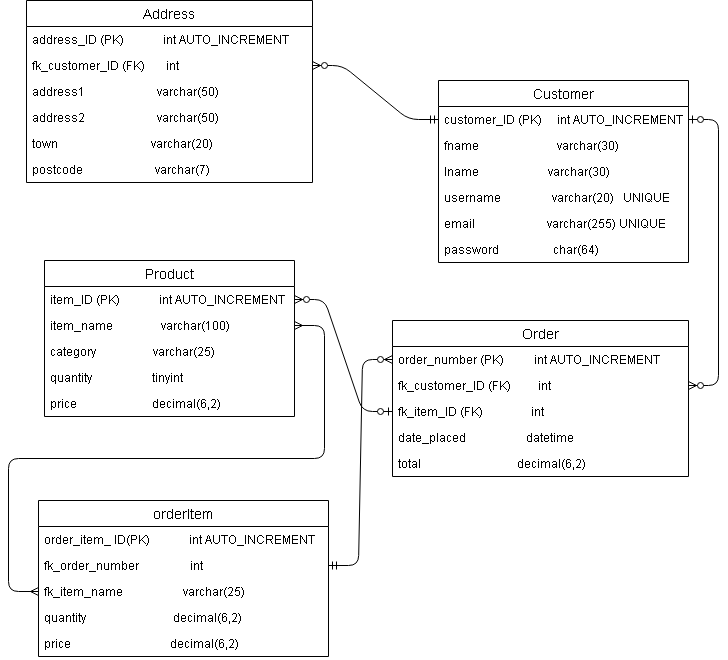
Earlier version of the draw.io export misc/ERD.png (QA-Ashley/Project-CRUD). Source tidied: cells renumbered, new cells last; positions are measured from the earlier drawing's top-left corner, leaving out a move shared by most shapes. Its diagram source:
```xml
<mxGraphModel>
  <root>
    <mxCell id="0" />
    <mxCell id="1" parent="0" />
    <mxCell id="2" value="Customer" style="swimlane;fontStyle=0;horizontal=1;startSize=26;align=center;fontSize=14;" parent="1" vertex="1">
      <mxGeometry x="412" y="80" width="250" height="182" as="geometry" />
    </mxCell>
    <mxCell id="3" value="customer_ID (PK)     int AUTO_INCREMENT" style="text;strokeColor=none;fillColor=none;spacingLeft=4;spacingRight=4;overflow=hidden;points=[[0,0.5],[1,0.5]];portConstraint=eastwest;fontSize=12;" parent="2" vertex="1">
      <mxGeometry y="26" width="250" height="26" as="geometry" />
    </mxCell>
    <mxCell id="4" value="fname&amp;nbsp; &amp;nbsp; &amp;nbsp; &amp;nbsp; &amp;nbsp; &amp;nbsp; &amp;nbsp; &amp;nbsp; &amp;nbsp; &amp;nbsp; &amp;nbsp; &amp;nbsp; &amp;nbsp; varchar(30)" style="text;strokeColor=none;fillColor=none;spacingLeft=4;spacingRight=4;overflow=hidden;fontSize=12;html=1;" parent="2" vertex="1">
      <mxGeometry y="52" width="250" height="26" as="geometry" />
    </mxCell>
    <mxCell id="5" value="lname                       varchar(30)" style="text;strokeColor=none;fillColor=none;spacingLeft=4;spacingRight=4;overflow=hidden;fontSize=12;" parent="2" vertex="1">
      <mxGeometry y="78" width="250" height="26" as="geometry" />
    </mxCell>
    <mxCell id="6" value="username                 varchar(20)   UNIQUE" style="text;strokeColor=none;fillColor=none;spacingLeft=4;spacingRight=4;overflow=hidden;fontSize=12;" parent="2" vertex="1">
      <mxGeometry y="104" width="250" height="26" as="geometry" />
    </mxCell>
    <mxCell id="7" value="email                        varchar(255) UNIQUE" style="text;strokeColor=none;fillColor=none;spacingLeft=4;spacingRight=4;overflow=hidden;fontSize=12;" parent="2" vertex="1">
      <mxGeometry y="130" width="250" height="26" as="geometry" />
    </mxCell>
    <mxCell id="8" value="password                  char(64)" style="text;strokeColor=none;fillColor=none;spacingLeft=4;spacingRight=4;overflow=hidden;fontSize=12;" parent="2" vertex="1">
      <mxGeometry y="156" width="250" height="26" as="geometry" />
    </mxCell>
    <mxCell id="9" style="edgeStyle=entityRelationEdgeStyle;fontSize=12;html=1;endArrow=ERzeroToMany;startArrow=ERzeroToOne;" parent="1" edge="1" source="3" target="12">
      <mxGeometry relative="1" as="geometry" />
    </mxCell>
    <mxCell id="10" value="Order" style="swimlane;fontStyle=0;horizontal=1;startSize=26;align=center;fontSize=14;" parent="1" vertex="1">
      <mxGeometry x="366" y="320" width="296" height="156" as="geometry" />
    </mxCell>
    <mxCell id="11" value="order_number (PK)          int AUTO_INCREMENT" style="text;strokeColor=none;fillColor=none;spacingLeft=4;spacingRight=4;overflow=hidden;points=[[0,0.5],[1,0.5]];portConstraint=eastwest;fontSize=12;" parent="10" vertex="1">
      <mxGeometry y="26" width="296" height="26" as="geometry" />
    </mxCell>
    <mxCell id="12" value="fk_customer_ID (FK)&amp;nbsp; &amp;nbsp; &amp;nbsp; &amp;nbsp; &amp;nbsp;int" style="text;strokeColor=none;fillColor=none;spacingLeft=4;spacingRight=4;overflow=hidden;points=[[0,0.5],[1,0.5]];portConstraint=eastwest;fontSize=12;html=1;" parent="10" vertex="1">
      <mxGeometry y="52" width="296" height="26" as="geometry" />
    </mxCell>
    <mxCell id="13" value="fk_item_ID (FK)                int" style="text;strokeColor=none;fillColor=none;spacingLeft=4;spacingRight=4;overflow=hidden;points=[[0,0.5],[1,0.5]];portConstraint=eastwest;fontSize=12;" parent="10" vertex="1">
      <mxGeometry y="78" width="296" height="26" as="geometry" />
    </mxCell>
    <mxCell id="14" value="date_placed                    datetime" style="text;strokeColor=none;fillColor=none;spacingLeft=4;spacingRight=4;overflow=hidden;fontSize=12;" parent="10" vertex="1">
      <mxGeometry y="104" width="296" height="26" as="geometry" />
    </mxCell>
    <mxCell id="15" value="total                                decimal(6,2)" style="text;strokeColor=none;fillColor=none;spacingLeft=4;spacingRight=4;overflow=hidden;fontSize=12;" parent="10" vertex="1">
      <mxGeometry y="130" width="296" height="26" as="geometry" />
    </mxCell>
    <mxCell id="16" value="Address" style="swimlane;fontStyle=0;horizontal=1;startSize=26;align=center;fontSize=14;" parent="1" vertex="1">
      <mxGeometry width="286" height="182" as="geometry" />
    </mxCell>
    <mxCell id="17" value="address_ID (PK)             int AUTO_INCREMENT" style="text;strokeColor=none;fillColor=none;spacingLeft=4;spacingRight=4;overflow=hidden;fontSize=12;" parent="16" vertex="1">
      <mxGeometry y="26" width="286" height="26" as="geometry" />
    </mxCell>
    <mxCell id="18" value="fk_customer_ID (FK)&amp;nbsp; &amp;nbsp; &amp;nbsp; &amp;nbsp;int" style="text;strokeColor=none;fillColor=none;spacingLeft=4;spacingRight=4;overflow=hidden;points=[[0,0.5],[1,0.5]];portConstraint=eastwest;fontSize=12;html=1;" parent="16" vertex="1">
      <mxGeometry y="52" width="286" height="26" as="geometry" />
    </mxCell>
    <mxCell id="19" value="address1                        varchar(50)" style="text;strokeColor=none;fillColor=none;spacingLeft=4;spacingRight=4;overflow=hidden;fontSize=12;" parent="16" vertex="1">
      <mxGeometry y="78" width="286" height="26" as="geometry" />
    </mxCell>
    <mxCell id="20" value="address2                        varchar(50)" style="text;strokeColor=none;fillColor=none;spacingLeft=4;spacingRight=4;overflow=hidden;fontSize=12;" parent="16" vertex="1">
      <mxGeometry y="104" width="286" height="26" as="geometry" />
    </mxCell>
    <mxCell id="21" value="town                               varchar(20)" style="text;strokeColor=none;fillColor=none;spacingLeft=4;spacingRight=4;overflow=hidden;fontSize=12;" parent="16" vertex="1">
      <mxGeometry y="130" width="286" height="26" as="geometry" />
    </mxCell>
    <mxCell id="22" value="postcode                        varchar(7)" style="text;strokeColor=none;fillColor=none;spacingLeft=4;spacingRight=4;overflow=hidden;fontSize=12;" parent="16" vertex="1">
      <mxGeometry y="156" width="286" height="26" as="geometry" />
    </mxCell>
    <mxCell id="23" value="Product" style="swimlane;fontStyle=0;horizontal=1;startSize=26;align=center;fontSize=14;" parent="1" vertex="1">
      <mxGeometry x="18" y="260" width="250" height="156" as="geometry" />
    </mxCell>
    <mxCell id="24" value="item_ID (PK)             int AUTO_INCREMENT" style="text;strokeColor=none;fillColor=none;spacingLeft=4;spacingRight=4;overflow=hidden;points=[[0,0.5],[1,0.5]];portConstraint=eastwest;fontSize=12;" parent="23" vertex="1">
      <mxGeometry y="26" width="250" height="26" as="geometry" />
    </mxCell>
    <mxCell id="25" value="item_name&amp;nbsp; &amp;nbsp; &amp;nbsp; &amp;nbsp; &amp;nbsp; &amp;nbsp; &amp;nbsp; &amp;nbsp; varchar(100)" style="text;strokeColor=none;fillColor=none;spacingLeft=4;spacingRight=4;overflow=hidden;points=[[0,0.5],[1,0.5]];portConstraint=eastwest;fontSize=12;html=1;" parent="23" vertex="1">
      <mxGeometry y="52" width="250" height="26" as="geometry" />
    </mxCell>
    <mxCell id="26" value="category                   varchar(25)" style="text;strokeColor=none;fillColor=none;spacingLeft=4;spacingRight=4;overflow=hidden;fontSize=12;" parent="23" vertex="1">
      <mxGeometry y="78" width="250" height="26" as="geometry" />
    </mxCell>
    <mxCell id="27" value="quantity                    tinyint" style="text;strokeColor=none;fillColor=none;spacingLeft=4;spacingRight=4;overflow=hidden;fontSize=12;" parent="23" vertex="1">
      <mxGeometry y="104" width="250" height="26" as="geometry" />
    </mxCell>
    <mxCell id="28" value="price                         decimal(6,2)" style="text;strokeColor=none;fillColor=none;spacingLeft=4;spacingRight=4;overflow=hidden;fontSize=12;" parent="23" vertex="1">
      <mxGeometry y="130" width="250" height="26" as="geometry" />
    </mxCell>
    <mxCell id="29" style="edgeStyle=entityRelationEdgeStyle;fontSize=12;html=1;endArrow=ERzeroToMany;startArrow=ERmandOne;" parent="1" edge="1" source="3" target="18">
      <mxGeometry relative="1" as="geometry" />
    </mxCell>
    <mxCell id="30" style="edgeStyle=entityRelationEdgeStyle;fontSize=12;html=1;endArrow=ERzeroToMany;startArrow=ERzeroToOne;" parent="1" edge="1" source="13" target="24">
      <mxGeometry relative="1" as="geometry" />
    </mxCell>
    <mxCell id="31" style="edgeStyle=entityRelationEdgeStyle;fontSize=12;html=1;endArrow=ERzeroToMany;startArrow=ERmandOne;entryX=0;entryY=0.5;entryDx=0;entryDy=0;" parent="1" edge="1" source="34" target="11">
      <mxGeometry relative="1" as="geometry" />
    </mxCell>
    <mxCell id="32" value="orderItem" style="swimlane;fontStyle=0;horizontal=1;startSize=26;align=center;fontSize=14;" parent="1" vertex="1">
      <mxGeometry x="12" y="500" width="290" height="156" as="geometry" />
    </mxCell>
    <mxCell id="33" value="order_item_ ID(PK)             int AUTO_INCREMENT" style="text;strokeColor=none;fillColor=none;spacingLeft=4;spacingRight=4;overflow=hidden;fontSize=12;" parent="32" vertex="1">
      <mxGeometry y="26" width="290" height="26" as="geometry" />
    </mxCell>
    <mxCell id="34" value="fk_order_number&amp;nbsp; &amp;nbsp; &amp;nbsp; &amp;nbsp; &amp;nbsp; &amp;nbsp; &amp;nbsp; &amp;nbsp; &amp;nbsp;int" style="text;strokeColor=none;fillColor=none;spacingLeft=4;spacingRight=4;overflow=hidden;points=[[0,0.5],[1,0.5]];portConstraint=eastwest;fontSize=12;html=1;" parent="32" vertex="1">
      <mxGeometry y="52" width="290" height="26" as="geometry" />
    </mxCell>
    <mxCell id="35" value="fk_item_name                    varchar(25)" style="text;strokeColor=none;fillColor=none;spacingLeft=4;spacingRight=4;overflow=hidden;points=[[0,0.5],[1,0.5]];portConstraint=eastwest;fontSize=12;" parent="32" vertex="1">
      <mxGeometry y="78" width="290" height="26" as="geometry" />
    </mxCell>
    <mxCell id="36" value="quantity                             decimal(6,2)" style="text;strokeColor=none;fillColor=none;spacingLeft=4;spacingRight=4;overflow=hidden;fontSize=12;" parent="32" vertex="1">
      <mxGeometry y="104" width="290" height="26" as="geometry" />
    </mxCell>
    <mxCell id="37" value="price                                 decimal(6,2)" style="text;strokeColor=none;fillColor=none;spacingLeft=4;spacingRight=4;overflow=hidden;fontSize=12;" parent="32" vertex="1">
      <mxGeometry y="130" width="290" height="26" as="geometry" />
    </mxCell>
    <mxCell id="38" style="edgeStyle=entityRelationEdgeStyle;fontSize=12;html=1;endArrow=ERmany;startArrow=ERmany;entryX=0;entryY=0.5;entryDx=0;entryDy=0;exitX=1;exitY=0.5;exitDx=0;exitDy=0;" parent="1" edge="1" source="25" target="35">
      <mxGeometry relative="1" as="geometry" />
    </mxCell>
  </root>
</mxGraphModel>
```
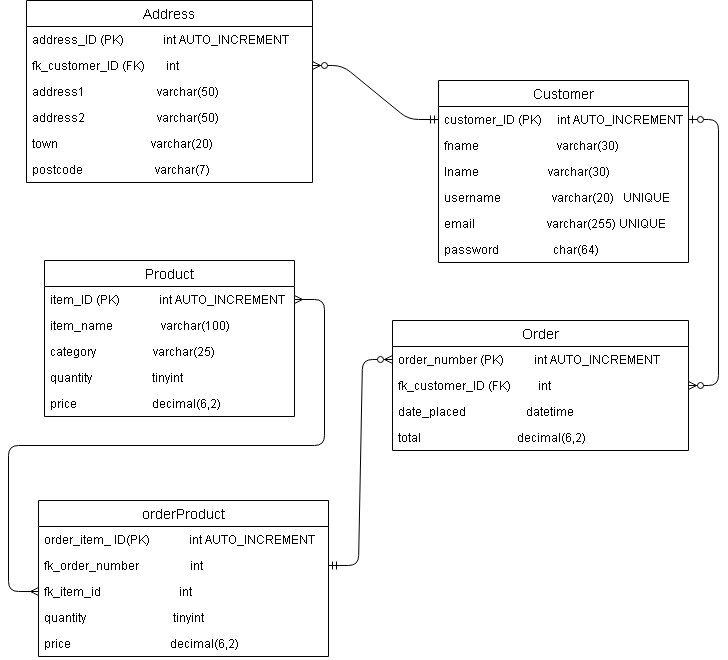
Later version of the same file.

Commit message:
Removed order relationship with product table

What changed in the source:
```diff
@@ -27,7 +27,7 @@
       <mxGeometry relative="1" as="geometry" />
     </mxCell>
     <mxCell id="10" value="Order" style="swimlane;fontStyle=0;horizontal=1;startSize=26;align=center;fontSize=14;" parent="1" vertex="1">
-      <mxGeometry x="366" y="320" width="296" height="156" as="geometry" />
+      <mxGeometry x="366" y="320" width="296" height="130" as="geometry" />
     </mxCell>
     <mxCell id="11" value="order_number (PK)          int AUTO_INCREMENT" style="text;strokeColor=none;fillColor=none;spacingLeft=4;spacingRight=4;overflow=hidden;points=[[0,0.5],[1,0.5]];portConstraint=eastwest;fontSize=12;" parent="10" vertex="1">
       <mxGeometry y="26" width="296" height="26" as="geometry" />
@@ -35,14 +35,11 @@
     <mxCell id="12" value="fk_customer_ID (FK)&amp;nbsp; &amp;nbsp; &amp;nbsp; &amp;nbsp; &amp;nbsp;int" style="text;strokeColor=none;fillColor=none;spacingLeft=4;spacingRight=4;overflow=hidden;points=[[0,0.5],[1,0.5]];portConstraint=eastwest;fontSize=12;html=1;" parent="10" vertex="1">
       <mxGeometry y="52" width="296" height="26" as="geometry" />
     </mxCell>
-    <mxCell id="13" value="fk_item_ID (FK)                int" style="text;strokeColor=none;fillColor=none;spacingLeft=4;spacingRight=4;overflow=hidden;points=[[0,0.5],[1,0.5]];portConstraint=eastwest;fontSize=12;" parent="10" vertex="1">
-      <mxGeometry y="78" width="296" height="26" as="geometry" />
-    </mxCell>
     <mxCell id="14" value="date_placed                    datetime" style="text;strokeColor=none;fillColor=none;spacingLeft=4;spacingRight=4;overflow=hidden;fontSize=12;" parent="10" vertex="1">
-      <mxGeometry y="104" width="296" height="26" as="geometry" />
+      <mxGeometry y="78" width="296" height="26" as="geometry" />
     </mxCell>
     <mxCell id="15" value="total                                decimal(6,2)" style="text;strokeColor=none;fillColor=none;spacingLeft=4;spacingRight=4;overflow=hidden;fontSize=12;" parent="10" vertex="1">
-      <mxGeometry y="130" width="296" height="26" as="geometry" />
+      <mxGeometry y="104" width="296" height="26" as="geometry" />
     </mxCell>
     <mxCell id="16" value="Address" style="swimlane;fontStyle=0;horizontal=1;startSize=26;align=center;fontSize=14;" parent="1" vertex="1">
       <mxGeometry width="286" height="182" as="geometry" />
@@ -86,13 +83,10 @@
     <mxCell id="29" style="edgeStyle=entityRelationEdgeStyle;fontSize=12;html=1;endArrow=ERzeroToMany;startArrow=ERmandOne;" parent="1" edge="1" source="3" target="18">
       <mxGeometry relative="1" as="geometry" />
     </mxCell>
-    <mxCell id="30" style="edgeStyle=entityRelationEdgeStyle;fontSize=12;html=1;endArrow=ERzeroToMany;startArrow=ERzeroToOne;" parent="1" edge="1" source="13" target="24">
-      <mxGeometry relative="1" as="geometry" />
-    </mxCell>
     <mxCell id="31" style="edgeStyle=entityRelationEdgeStyle;fontSize=12;html=1;endArrow=ERzeroToMany;startArrow=ERmandOne;entryX=0;entryY=0.5;entryDx=0;entryDy=0;" parent="1" edge="1" source="34" target="11">
       <mxGeometry relative="1" as="geometry" />
     </mxCell>
-    <mxCell id="32" value="orderItem" style="swimlane;fontStyle=0;horizontal=1;startSize=26;align=center;fontSize=14;" parent="1" vertex="1">
+    <mxCell id="32" value="orderProduct" style="swimlane;fontStyle=0;horizontal=1;startSize=26;align=center;fontSize=14;" parent="1" vertex="1">
       <mxGeometry x="12" y="500" width="290" height="156" as="geometry" />
     </mxCell>
     <mxCell id="33" value="order_item_ ID(PK)             int AUTO_INCREMENT" style="text;strokeColor=none;fillColor=none;spacingLeft=4;spacingRight=4;overflow=hidden;fontSize=12;" parent="32" vertex="1">
@@ -101,16 +95,16 @@
     <mxCell id="34" value="fk_order_number&amp;nbsp; &amp;nbsp; &amp;nbsp; &amp;nbsp; &amp;nbsp; &amp;nbsp; &amp;nbsp; &amp;nbsp; &amp;nbsp;int" style="text;strokeColor=none;fillColor=none;spacingLeft=4;spacingRight=4;overflow=hidden;points=[[0,0.5],[1,0.5]];portConstraint=eastwest;fontSize=12;html=1;" parent="32" vertex="1">
       <mxGeometry y="52" width="290" height="26" as="geometry" />
     </mxCell>
-    <mxCell id="35" value="fk_item_name                    varchar(25)" style="text;strokeColor=none;fillColor=none;spacingLeft=4;spacingRight=4;overflow=hidden;points=[[0,0.5],[1,0.5]];portConstraint=eastwest;fontSize=12;" parent="32" vertex="1">
+    <mxCell id="35" value="fk_item_id                          int" style="text;strokeColor=none;fillColor=none;spacingLeft=4;spacingRight=4;overflow=hidden;points=[[0,0.5],[1,0.5]];portConstraint=eastwest;fontSize=12;" parent="32" vertex="1">
       <mxGeometry y="78" width="290" height="26" as="geometry" />
     </mxCell>
-    <mxCell id="36" value="quantity                             decimal(6,2)" style="text;strokeColor=none;fillColor=none;spacingLeft=4;spacingRight=4;overflow=hidden;fontSize=12;" parent="32" vertex="1">
+    <mxCell id="36" value="quantity                             tinyint" style="text;strokeColor=none;fillColor=none;spacingLeft=4;spacingRight=4;overflow=hidden;fontSize=12;" parent="32" vertex="1">
       <mxGeometry y="104" width="290" height="26" as="geometry" />
     </mxCell>
     <mxCell id="37" value="price                                 decimal(6,2)" style="text;strokeColor=none;fillColor=none;spacingLeft=4;spacingRight=4;overflow=hidden;fontSize=12;" parent="32" vertex="1">
       <mxGeometry y="130" width="290" height="26" as="geometry" />
     </mxCell>
-    <mxCell id="38" style="edgeStyle=entityRelationEdgeStyle;fontSize=12;html=1;endArrow=ERmany;startArrow=ERmany;entryX=0;entryY=0.5;entryDx=0;entryDy=0;exitX=1;exitY=0.5;exitDx=0;exitDy=0;" parent="1" edge="1" source="25" target="35">
+    <mxCell id="38" style="edgeStyle=entityRelationEdgeStyle;fontSize=12;html=1;endArrow=ERmany;startArrow=ERmany;entryX=0;entryY=0.5;entryDx=0;entryDy=0;" parent="1" edge="1" source="24" target="35">
       <mxGeometry relative="1" as="geometry" />
     </mxCell>
   </root>
```
